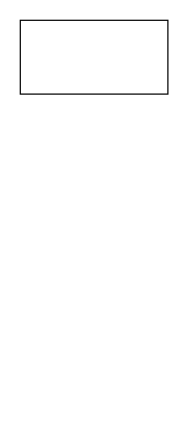
The draw.io diagram .drawio in javiergp23/GifApp, before the edit. Source tidied: cells renumbered, new cells numbered last; positions are measured from the earlier drawing's top-left corner, leaving out a move shared by most shapes. Both pictures are drawn from the tidied source at 123%, with x=0, y=0 at pixel (20, 20).
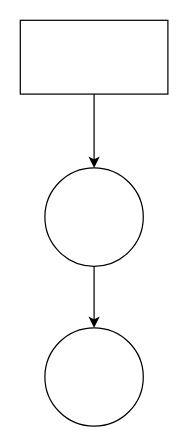
Above is the later version.

The edit, as a diff of the source:
```diff
@@
 <mxGraphModel>
   <root>
     <mxCell id="0" />
     <mxCell id="1" parent="0" />
+    <mxCell id="3" style="edgeStyle=none;html=1;exitX=0.5;exitY=1;exitDx=0;exitDy=0;" parent="1" edge="1" source="2" target="5">
+      <mxGeometry relative="1" as="geometry" />
+    </mxCell>
     <mxCell id="2" style="rounded=0;whiteSpace=wrap;html=1;" parent="1" vertex="1">
       <mxGeometry width="120" height="60" as="geometry" />
     </mxCell>
+    <mxCell id="4" style="edgeStyle=none;html=1;exitX=0.5;exitY=1;exitDx=0;exitDy=0;entryX=0.5;entryY=0;entryDx=0;entryDy=0;" parent="1" edge="1" source="5" target="6">
+      <mxGeometry relative="1" as="geometry" />
+    </mxCell>
+    <mxCell id="5" style="ellipse;whiteSpace=wrap;html=1;" parent="1" vertex="1">
+      <mxGeometry x="20" y="120" width="80" height="80" as="geometry" />
+    </mxCell>
+    <mxCell id="6" style="ellipse;whiteSpace=wrap;html=1;" parent="1" vertex="1">
+      <mxGeometry x="20" y="250" width="80" height="80" as="geometry" />
+    </mxCell>
   </root>
 </mxGraphModel>
```
